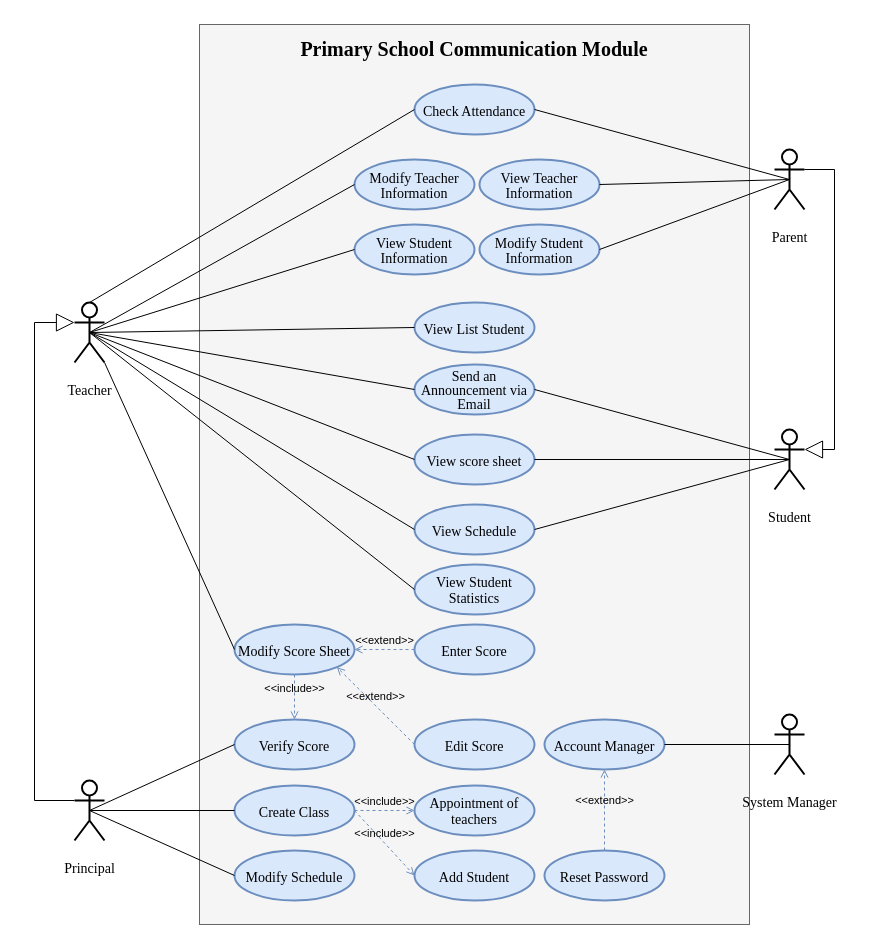
Above: client/src/public/diagrams/UseCase_v2.drawio in it-TranKhaiHoang/soa-final-project (draw.io), before the change. Source tidied: cells renumbered, new cells numbered last; positions are measured from the earlier drawing's top-left corner, leaving out a move shared by most shapes. Both pictures are drawn from the tidied source at 100%, with x=0, y=0 at pixel (34, 24).
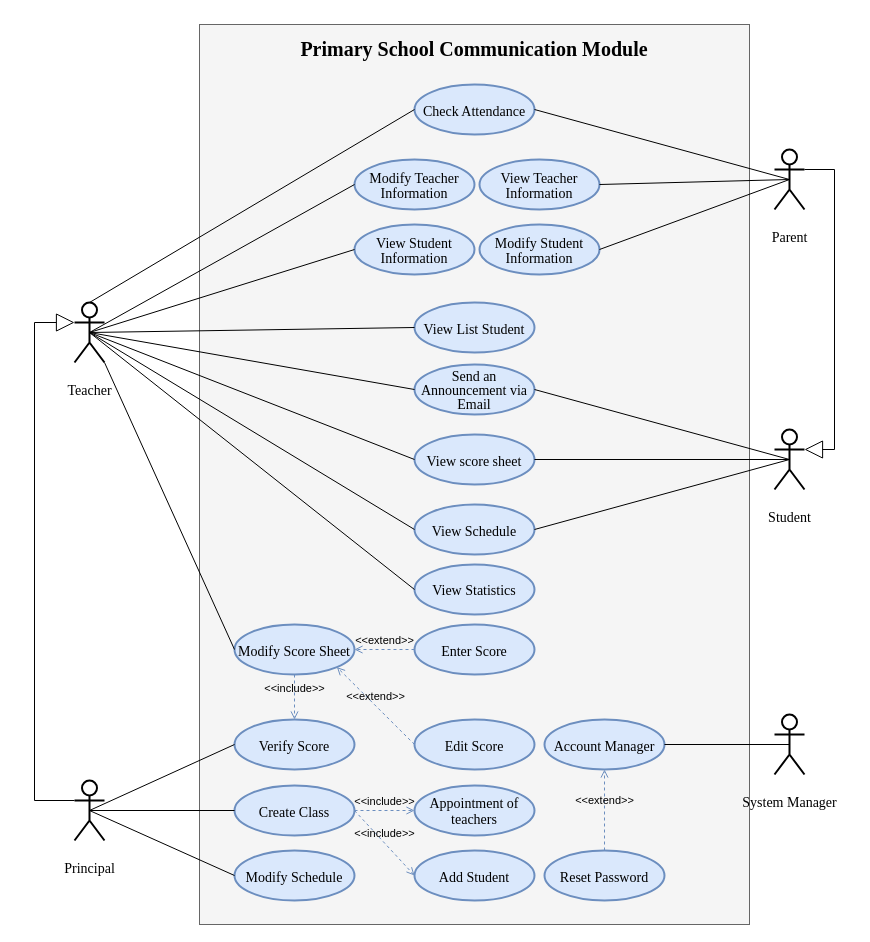
After the change.

The edit, as a diff of the source:
```diff
@@
-    <mxCell id="49" value="&lt;p style=&quot;line-height: 70%;&quot;&gt;&lt;font style=&quot;font-size: 14px;&quot; face=&quot;Times New Roman&quot;&gt;View Student Statistics&lt;/font&gt;&lt;/p&gt;" style="ellipse;whiteSpace=wrap;html=1;hachureGap=4;fontFamily=Architects Daughter;fontSize=20;shadow=0;strokeWidth=2;rounded=1;fillColor=#dae8fc;align=center;strokeColor=#6c8ebf;" parent="1" vertex="1">
+    <mxCell id="49" value="&lt;p style=&quot;line-height: 70%;&quot;&gt;&lt;font style=&quot;font-size: 14px;&quot; face=&quot;Times New Roman&quot;&gt;View Statistics&lt;/font&gt;&lt;/p&gt;" style="ellipse;whiteSpace=wrap;html=1;hachureGap=4;fontFamily=Architects Daughter;fontSize=20;shadow=0;strokeWidth=2;rounded=1;fillColor=#dae8fc;align=center;strokeColor=#6c8ebf;" parent="1" vertex="1">
       <mxGeometry x="380" y="540" width="120" height="50" as="geometry" />
     </mxCell>
```
